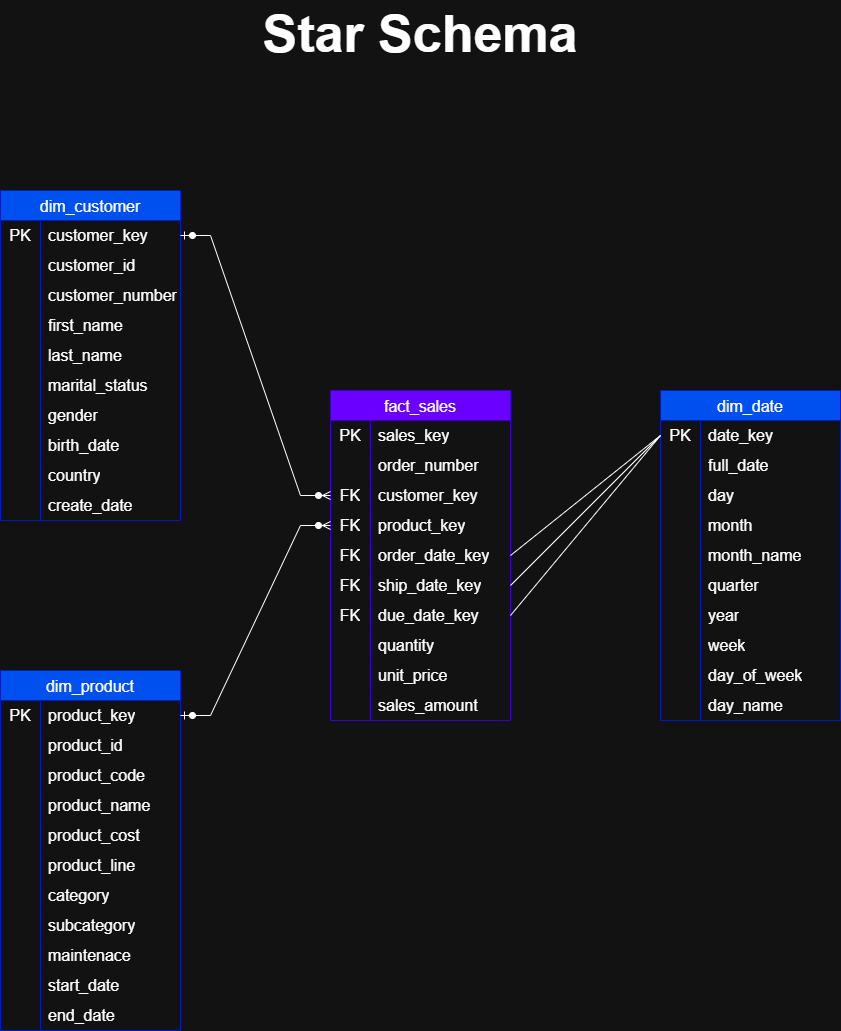
Tchangop-Gaby/data-warehouse-python keeps this draw.io diagram as docs/data-model/Star Schema.png. Above is the earlier version. Source tidied: cells renumbered, new cells last; positions are measured from the earlier drawing's top-left corner, leaving out a move shared by most shapes.
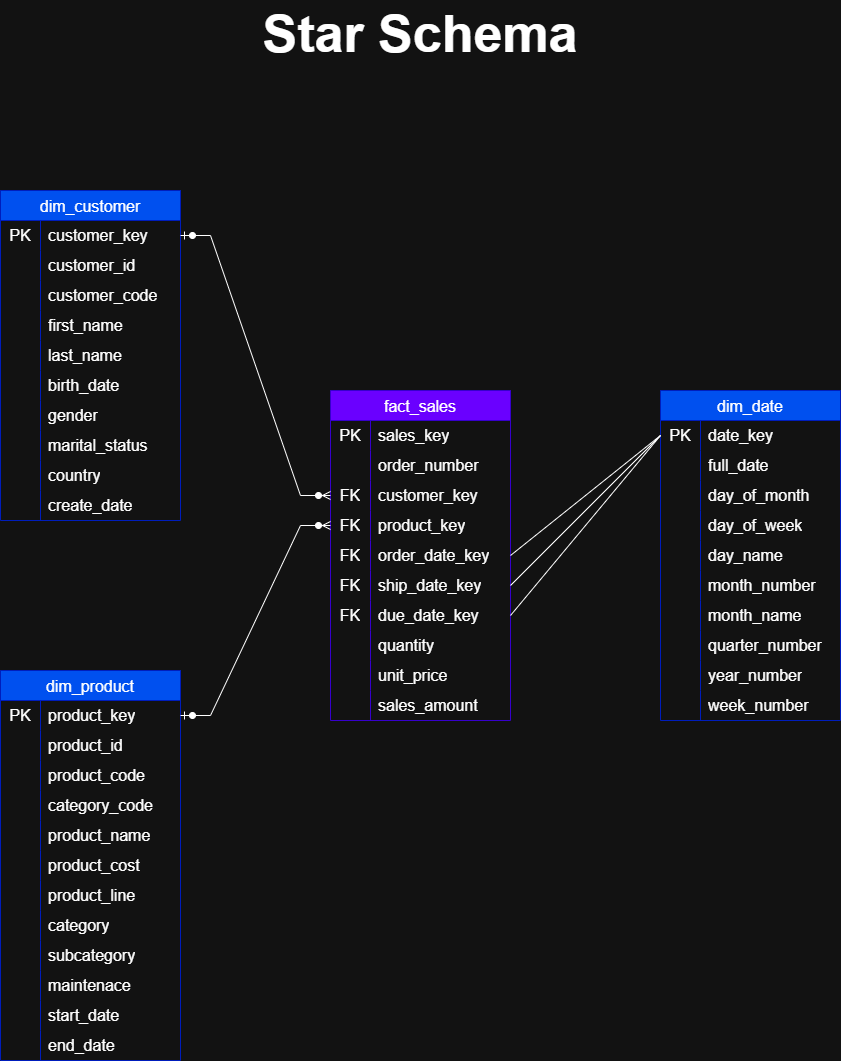
After the change.

Commit message:
modify the dim_customer and dim_date

What changed in the source:
```diff
@@ -29,7 +29,7 @@
     <mxCell id="10" style="shape=partialRectangle;html=1;whiteSpace=wrap;fillColor=none;top=0;left=0;bottom=0;right=0;overflow=hidden;strokeColor=inherit;fontSize=16;" parent="9" vertex="1">
       <mxGeometry width="40" height="30" as="geometry" />
     </mxCell>
-    <mxCell id="11" value="customer_number" style="shape=partialRectangle;html=1;whiteSpace=wrap;fillColor=none;top=0;left=0;bottom=0;right=0;align=left;spacingLeft=6;overflow=hidden;strokeColor=inherit;fontSize=16;" parent="9" vertex="1">
+    <mxCell id="11" value="customer_code" style="shape=partialRectangle;html=1;whiteSpace=wrap;fillColor=none;top=0;left=0;bottom=0;right=0;align=left;spacingLeft=6;overflow=hidden;strokeColor=inherit;fontSize=16;" parent="9" vertex="1">
       <mxGeometry x="40" width="140" height="30" as="geometry" />
     </mxCell>
     <mxCell id="12" style="shape=tableRow;horizontal=0;startSize=0;swimlaneHead=0;swimlaneBody=0;top=0;left=0;bottom=0;right=0;fillColor=none;strokeColor=inherit;fontSize=16;" parent="2" vertex="1">
@@ -56,7 +56,7 @@
     <mxCell id="19" style="shape=partialRectangle;html=1;whiteSpace=wrap;fillColor=none;top=0;left=0;bottom=0;right=0;overflow=hidden;strokeColor=inherit;fontSize=16;" parent="18" vertex="1">
       <mxGeometry width="40" height="30" as="geometry" />
     </mxCell>
-    <mxCell id="20" value="marital_status" style="shape=partialRectangle;html=1;whiteSpace=wrap;fillColor=none;top=0;left=0;bottom=0;right=0;align=left;spacingLeft=6;overflow=hidden;strokeColor=inherit;fontSize=16;" parent="18" vertex="1">
+    <mxCell id="20" value="birth_date" style="shape=partialRectangle;html=1;whiteSpace=wrap;fillColor=none;top=0;left=0;bottom=0;right=0;align=left;spacingLeft=6;overflow=hidden;strokeColor=inherit;fontSize=16;" parent="18" vertex="1">
       <mxGeometry x="40" width="140" height="30" as="geometry" />
     </mxCell>
     <mxCell id="21" style="shape=tableRow;horizontal=0;startSize=0;swimlaneHead=0;swimlaneBody=0;top=0;left=0;bottom=0;right=0;fillColor=none;strokeColor=inherit;fontSize=16;" parent="2" vertex="1">
@@ -74,7 +74,7 @@
     <mxCell id="25" style="shape=partialRectangle;html=1;whiteSpace=wrap;fillColor=none;top=0;left=0;bottom=0;right=0;overflow=hidden;strokeColor=inherit;fontSize=16;" parent="24" vertex="1">
       <mxGeometry width="40" height="30" as="geometry" />
     </mxCell>
-    <mxCell id="26" value="birth_date" style="shape=partialRectangle;html=1;whiteSpace=wrap;fillColor=none;top=0;left=0;bottom=0;right=0;align=left;spacingLeft=6;overflow=hidden;strokeColor=inherit;fontSize=16;" parent="24" vertex="1">
+    <mxCell id="26" value="marital_status" style="shape=partialRectangle;html=1;whiteSpace=wrap;fillColor=none;top=0;left=0;bottom=0;right=0;align=left;spacingLeft=6;overflow=hidden;strokeColor=inherit;fontSize=16;" parent="24" vertex="1">
       <mxGeometry x="40" width="140" height="30" as="geometry" />
     </mxCell>
     <mxCell id="27" style="shape=tableRow;horizontal=0;startSize=0;swimlaneHead=0;swimlaneBody=0;top=0;left=0;bottom=0;right=0;fillColor=none;strokeColor=inherit;fontSize=16;" parent="2" vertex="1">
@@ -96,7 +96,7 @@
       <mxGeometry x="40" width="140" height="30" as="geometry" />
     </mxCell>
     <mxCell id="33" value="dim_product" style="shape=table;startSize=30;rowLines=0;fontStyle=0;strokeColor=#001DBC;fontSize=16;fillColor=#0050ef;fontColor=#ffffff;" parent="1" vertex="1">
-      <mxGeometry y="670" width="180" height="360" as="geometry" />
+      <mxGeometry y="670" width="180" height="390" as="geometry" />
     </mxCell>
     <mxCell id="34" style="shape=tableRow;horizontal=0;startSize=0;swimlaneHead=0;swimlaneBody=0;top=0;left=0;bottom=0;right=0;fillColor=none;points=[[0,0.5],[1,0.5]];portConstraint=eastwest;strokeColor=inherit;fontSize=16;" parent="33" vertex="1">
       <mxGeometry y="30" width="180" height="30" as="geometry" />
@@ -125,8 +125,17 @@
     <mxCell id="42" value="product_code" style="shape=partialRectangle;html=1;whiteSpace=wrap;fillColor=none;top=0;left=0;bottom=0;right=0;align=left;spacingLeft=6;overflow=hidden;strokeColor=inherit;fontSize=16;" parent="40" vertex="1">
       <mxGeometry x="40" width="140" height="30" as="geometry" />
     </mxCell>
+    <mxCell id="135" style="shape=tableRow;horizontal=0;startSize=0;swimlaneHead=0;swimlaneBody=0;top=0;left=0;bottom=0;right=0;fillColor=none;strokeColor=inherit;fontSize=16;" parent="33" vertex="1">
+      <mxGeometry y="120" width="180" height="30" as="geometry" />
+    </mxCell>
+    <mxCell id="136" style="shape=partialRectangle;html=1;whiteSpace=wrap;fillColor=none;top=0;left=0;bottom=0;right=0;overflow=hidden;strokeColor=inherit;fontSize=16;" parent="135" vertex="1">
+      <mxGeometry width="40" height="30" as="geometry" />
+    </mxCell>
+    <mxCell id="137" value="category_code" style="shape=partialRectangle;html=1;whiteSpace=wrap;fillColor=none;top=0;left=0;bottom=0;right=0;align=left;spacingLeft=6;overflow=hidden;strokeColor=inherit;fontSize=16;" parent="135" vertex="1">
+      <mxGeometry x="40" width="140" height="30" as="geometry" />
+    </mxCell>
     <mxCell id="43" style="shape=tableRow;horizontal=0;startSize=0;swimlaneHead=0;swimlaneBody=0;top=0;left=0;bottom=0;right=0;fillColor=none;strokeColor=inherit;fontSize=16;" parent="33" vertex="1">
-      <mxGeometry y="120" width="180" height="30" as="geometry" />
+      <mxGeometry y="150" width="180" height="30" as="geometry" />
     </mxCell>
     <mxCell id="44" style="shape=partialRectangle;html=1;whiteSpace=wrap;fillColor=none;top=0;left=0;bottom=0;right=0;overflow=hidden;strokeColor=inherit;fontSize=16;" parent="43" vertex="1">
       <mxGeometry width="40" height="30" as="geometry" />
@@ -135,7 +144,7 @@
       <mxGeometry x="40" width="140" height="30" as="geometry" />
     </mxCell>
     <mxCell id="46" style="shape=tableRow;horizontal=0;startSize=0;swimlaneHead=0;swimlaneBody=0;top=0;left=0;bottom=0;right=0;fillColor=none;strokeColor=inherit;fontSize=16;" parent="33" vertex="1">
-      <mxGeometry y="150" width="180" height="30" as="geometry" />
+      <mxGeometry y="180" width="180" height="30" as="geometry" />
     </mxCell>
     <mxCell id="47" style="shape=partialRectangle;html=1;whiteSpace=wrap;fillColor=none;top=0;left=0;bottom=0;right=0;overflow=hidden;strokeColor=inherit;fontSize=16;" parent="46" vertex="1">
       <mxGeometry width="40" height="30" as="geometry" />
@@ -144,7 +153,7 @@
       <mxGeometry x="40" width="140" height="30" as="geometry" />
     </mxCell>
     <mxCell id="49" style="shape=tableRow;horizontal=0;startSize=0;swimlaneHead=0;swimlaneBody=0;top=0;left=0;bottom=0;right=0;fillColor=none;strokeColor=inherit;fontSize=16;" parent="33" vertex="1">
-      <mxGeometry y="180" width="180" height="30" as="geometry" />
+      <mxGeometry y="210" width="180" height="30" as="geometry" />
     </mxCell>
     <mxCell id="50" style="shape=partialRectangle;html=1;whiteSpace=wrap;fillColor=none;top=0;left=0;bottom=0;right=0;overflow=hidden;strokeColor=inherit;fontSize=16;" parent="49" vertex="1">
       <mxGeometry width="40" height="30" as="geometry" />
@@ -153,7 +162,7 @@
       <mxGeometry x="40" width="140" height="30" as="geometry" />
     </mxCell>
     <mxCell id="52" style="shape=tableRow;horizontal=0;startSize=0;swimlaneHead=0;swimlaneBody=0;top=0;left=0;bottom=0;right=0;fillColor=none;strokeColor=inherit;fontSize=16;" parent="33" vertex="1">
-      <mxGeometry y="210" width="180" height="30" as="geometry" />
+      <mxGeometry y="240" width="180" height="30" as="geometry" />
     </mxCell>
     <mxCell id="53" style="shape=partialRectangle;html=1;whiteSpace=wrap;fillColor=none;top=0;left=0;bottom=0;right=0;overflow=hidden;strokeColor=inherit;fontSize=16;" parent="52" vertex="1">
       <mxGeometry width="40" height="30" as="geometry" />
@@ -162,7 +171,7 @@
       <mxGeometry x="40" width="140" height="30" as="geometry" />
     </mxCell>
     <mxCell id="55" style="shape=tableRow;horizontal=0;startSize=0;swimlaneHead=0;swimlaneBody=0;top=0;left=0;bottom=0;right=0;fillColor=none;strokeColor=inherit;fontSize=16;" parent="33" vertex="1">
-      <mxGeometry y="240" width="180" height="30" as="geometry" />
+      <mxGeometry y="270" width="180" height="30" as="geometry" />
     </mxCell>
     <mxCell id="56" style="shape=partialRectangle;html=1;whiteSpace=wrap;fillColor=none;top=0;left=0;bottom=0;right=0;overflow=hidden;strokeColor=inherit;fontSize=16;" parent="55" vertex="1">
       <mxGeometry width="40" height="30" as="geometry" />
@@ -171,7 +180,7 @@
       <mxGeometry x="40" width="140" height="30" as="geometry" />
     </mxCell>
     <mxCell id="58" style="shape=tableRow;horizontal=0;startSize=0;swimlaneHead=0;swimlaneBody=0;top=0;left=0;bottom=0;right=0;fillColor=none;strokeColor=inherit;fontSize=16;" parent="33" vertex="1">
-      <mxGeometry y="270" width="180" height="30" as="geometry" />
+      <mxGeometry y="300" width="180" height="30" as="geometry" />
     </mxCell>
     <mxCell id="59" style="shape=partialRectangle;html=1;whiteSpace=wrap;fillColor=none;top=0;left=0;bottom=0;right=0;overflow=hidden;strokeColor=inherit;fontSize=16;" parent="58" vertex="1">
       <mxGeometry width="40" height="30" as="geometry" />
@@ -180,7 +189,7 @@
       <mxGeometry x="40" width="140" height="30" as="geometry" />
     </mxCell>
     <mxCell id="61" style="shape=tableRow;horizontal=0;startSize=0;swimlaneHead=0;swimlaneBody=0;top=0;left=0;bottom=0;right=0;fillColor=none;strokeColor=inherit;fontSize=16;" parent="33" vertex="1">
-      <mxGeometry y="300" width="180" height="30" as="geometry" />
+      <mxGeometry y="330" width="180" height="30" as="geometry" />
     </mxCell>
     <mxCell id="62" style="shape=partialRectangle;html=1;whiteSpace=wrap;fillColor=none;top=0;left=0;bottom=0;right=0;overflow=hidden;strokeColor=inherit;fontSize=16;" parent="61" vertex="1">
       <mxGeometry width="40" height="30" as="geometry" />
@@ -189,7 +198,7 @@
       <mxGeometry x="40" width="140" height="30" as="geometry" />
     </mxCell>
     <mxCell id="64" style="shape=tableRow;horizontal=0;startSize=0;swimlaneHead=0;swimlaneBody=0;top=0;left=0;bottom=0;right=0;fillColor=none;strokeColor=inherit;fontSize=16;" parent="33" vertex="1">
-      <mxGeometry y="330" width="180" height="30" as="geometry" />
+      <mxGeometry y="360" width="180" height="30" as="geometry" />
     </mxCell>
     <mxCell id="65" style="shape=partialRectangle;html=1;whiteSpace=wrap;fillColor=none;top=0;left=0;bottom=0;right=0;overflow=hidden;strokeColor=inherit;fontSize=16;" parent="64" vertex="1">
       <mxGeometry width="40" height="30" as="geometry" />
@@ -224,7 +233,7 @@
     <mxCell id="75" style="shape=partialRectangle;html=1;whiteSpace=wrap;fillColor=none;top=0;left=0;bottom=0;right=0;overflow=hidden;strokeColor=inherit;fontSize=16;" parent="74" vertex="1">
       <mxGeometry width="40" height="30" as="geometry" />
     </mxCell>
-    <mxCell id="76" value="day" style="shape=partialRectangle;html=1;whiteSpace=wrap;fillColor=none;top=0;left=0;bottom=0;right=0;align=left;spacingLeft=6;overflow=hidden;strokeColor=inherit;fontSize=16;" parent="74" vertex="1">
+    <mxCell id="76" value="day_of_month" style="shape=partialRectangle;html=1;whiteSpace=wrap;fillColor=none;top=0;left=0;bottom=0;right=0;align=left;spacingLeft=6;overflow=hidden;strokeColor=inherit;fontSize=16;" parent="74" vertex="1">
       <mxGeometry x="40" width="140" height="30" as="geometry" />
     </mxCell>
     <mxCell id="77" style="shape=tableRow;horizontal=0;startSize=0;swimlaneHead=0;swimlaneBody=0;top=0;left=0;bottom=0;right=0;fillColor=none;strokeColor=inherit;fontSize=16;" parent="67" vertex="1">
@@ -233,7 +242,7 @@
     <mxCell id="78" style="shape=partialRectangle;html=1;whiteSpace=wrap;fillColor=none;top=0;left=0;bottom=0;right=0;overflow=hidden;strokeColor=inherit;fontSize=16;" parent="77" vertex="1">
       <mxGeometry width="40" height="30" as="geometry" />
     </mxCell>
-    <mxCell id="79" value="month" style="shape=partialRectangle;html=1;whiteSpace=wrap;fillColor=none;top=0;left=0;bottom=0;right=0;align=left;spacingLeft=6;overflow=hidden;strokeColor=inherit;fontSize=16;" parent="77" vertex="1">
+    <mxCell id="79" value="day_of_week" style="shape=partialRectangle;html=1;whiteSpace=wrap;fillColor=none;top=0;left=0;bottom=0;right=0;align=left;spacingLeft=6;overflow=hidden;strokeColor=inherit;fontSize=16;" parent="77" vertex="1">
       <mxGeometry x="40" width="140" height="30" as="geometry" />
     </mxCell>
     <mxCell id="80" style="shape=tableRow;horizontal=0;startSize=0;swimlaneHead=0;swimlaneBody=0;top=0;left=0;bottom=0;right=0;fillColor=none;strokeColor=inherit;fontSize=16;" parent="67" vertex="1">
@@ -242,7 +251,7 @@
     <mxCell id="81" style="shape=partialRectangle;html=1;whiteSpace=wrap;fillColor=none;top=0;left=0;bottom=0;right=0;overflow=hidden;strokeColor=inherit;fontSize=16;" parent="80" vertex="1">
       <mxGeometry width="40" height="30" as="geometry" />
     </mxCell>
-    <mxCell id="82" value="month_name" style="shape=partialRectangle;html=1;whiteSpace=wrap;fillColor=none;top=0;left=0;bottom=0;right=0;align=left;spacingLeft=6;overflow=hidden;strokeColor=inherit;fontSize=16;" parent="80" vertex="1">
+    <mxCell id="82" value="day_name" style="shape=partialRectangle;html=1;whiteSpace=wrap;fillColor=none;top=0;left=0;bottom=0;right=0;align=left;spacingLeft=6;overflow=hidden;strokeColor=inherit;fontSize=16;" parent="80" vertex="1">
       <mxGeometry x="40" width="140" height="30" as="geometry" />
     </mxCell>
     <mxCell id="83" style="shape=tableRow;horizontal=0;startSize=0;swimlaneHead=0;swimlaneBody=0;top=0;left=0;bottom=0;right=0;fillColor=none;strokeColor=inherit;fontSize=16;" parent="67" vertex="1">
@@ -251,7 +260,7 @@
     <mxCell id="84" style="shape=partialRectangle;html=1;whiteSpace=wrap;fillColor=none;top=0;left=0;bottom=0;right=0;overflow=hidden;strokeColor=inherit;fontSize=16;" parent="83" vertex="1">
       <mxGeometry width="40" height="30" as="geometry" />
     </mxCell>
-    <mxCell id="85" value="quarter" style="shape=partialRectangle;html=1;whiteSpace=wrap;fillColor=none;top=0;left=0;bottom=0;right=0;align=left;spacingLeft=6;overflow=hidden;strokeColor=inherit;fontSize=16;" parent="83" vertex="1">
+    <mxCell id="85" value="month_number" style="shape=partialRectangle;html=1;whiteSpace=wrap;fillColor=none;top=0;left=0;bottom=0;right=0;align=left;spacingLeft=6;overflow=hidden;strokeColor=inherit;fontSize=16;" parent="83" vertex="1">
       <mxGeometry x="40" width="140" height="30" as="geometry" />
     </mxCell>
     <mxCell id="86" style="shape=tableRow;horizontal=0;startSize=0;swimlaneHead=0;swimlaneBody=0;top=0;left=0;bottom=0;right=0;fillColor=none;strokeColor=inherit;fontSize=16;" parent="67" vertex="1">
@@ -260,7 +269,7 @@
     <mxCell id="87" style="shape=partialRectangle;html=1;whiteSpace=wrap;fillColor=none;top=0;left=0;bottom=0;right=0;overflow=hidden;strokeColor=inherit;fontSize=16;" parent="86" vertex="1">
       <mxGeometry width="40" height="30" as="geometry" />
     </mxCell>
-    <mxCell id="88" value="year" style="shape=partialRectangle;html=1;whiteSpace=wrap;fillColor=none;top=0;left=0;bottom=0;right=0;align=left;spacingLeft=6;overflow=hidden;strokeColor=inherit;fontSize=16;" parent="86" vertex="1">
+    <mxCell id="88" value="month_name" style="shape=partialRectangle;html=1;whiteSpace=wrap;fillColor=none;top=0;left=0;bottom=0;right=0;align=left;spacingLeft=6;overflow=hidden;strokeColor=inherit;fontSize=16;" parent="86" vertex="1">
       <mxGeometry x="40" width="140" height="30" as="geometry" />
     </mxCell>
     <mxCell id="89" style="shape=tableRow;horizontal=0;startSize=0;swimlaneHead=0;swimlaneBody=0;top=0;left=0;bottom=0;right=0;fillColor=none;strokeColor=inherit;fontSize=16;" parent="67" vertex="1">
@@ -269,7 +278,7 @@
     <mxCell id="90" style="shape=partialRectangle;html=1;whiteSpace=wrap;fillColor=none;top=0;left=0;bottom=0;right=0;overflow=hidden;strokeColor=inherit;fontSize=16;" parent="89" vertex="1">
       <mxGeometry width="40" height="30" as="geometry" />
     </mxCell>
-    <mxCell id="91" value="week" style="shape=partialRectangle;html=1;whiteSpace=wrap;fillColor=none;top=0;left=0;bottom=0;right=0;align=left;spacingLeft=6;overflow=hidden;strokeColor=inherit;fontSize=16;" parent="89" vertex="1">
+    <mxCell id="91" value="quarter_number" style="shape=partialRectangle;html=1;whiteSpace=wrap;fillColor=none;top=0;left=0;bottom=0;right=0;align=left;spacingLeft=6;overflow=hidden;strokeColor=inherit;fontSize=16;" parent="89" vertex="1">
       <mxGeometry x="40" width="140" height="30" as="geometry" />
     </mxCell>
     <mxCell id="92" style="shape=tableRow;horizontal=0;startSize=0;swimlaneHead=0;swimlaneBody=0;top=0;left=0;bottom=0;right=0;fillColor=none;strokeColor=inherit;fontSize=16;" parent="67" vertex="1">
@@ -278,7 +287,7 @@
     <mxCell id="93" style="shape=partialRectangle;html=1;whiteSpace=wrap;fillColor=none;top=0;left=0;bottom=0;right=0;overflow=hidden;strokeColor=inherit;fontSize=16;" parent="92" vertex="1">
       <mxGeometry width="40" height="30" as="geometry" />
     </mxCell>
-    <mxCell id="94" value="day_of_week" style="shape=partialRectangle;html=1;whiteSpace=wrap;fillColor=none;top=0;left=0;bottom=0;right=0;align=left;spacingLeft=6;overflow=hidden;strokeColor=inherit;fontSize=16;" parent="92" vertex="1">
+    <mxCell id="94" value="year_number" style="shape=partialRectangle;html=1;whiteSpace=wrap;fillColor=none;top=0;left=0;bottom=0;right=0;align=left;spacingLeft=6;overflow=hidden;strokeColor=inherit;fontSize=16;" parent="92" vertex="1">
       <mxGeometry x="40" width="140" height="30" as="geometry" />
     </mxCell>
     <mxCell id="95" style="shape=tableRow;horizontal=0;startSize=0;swimlaneHead=0;swimlaneBody=0;top=0;left=0;bottom=0;right=0;fillColor=none;strokeColor=inherit;fontSize=16;" parent="67" vertex="1">
@@ -287,7 +296,7 @@
     <mxCell id="96" style="shape=partialRectangle;html=1;whiteSpace=wrap;fillColor=none;top=0;left=0;bottom=0;right=0;overflow=hidden;strokeColor=inherit;fontSize=16;" parent="95" vertex="1">
       <mxGeometry width="40" height="30" as="geometry" />
     </mxCell>
-    <mxCell id="97" value="day_name" style="shape=partialRectangle;html=1;whiteSpace=wrap;fillColor=none;top=0;left=0;bottom=0;right=0;align=left;spacingLeft=6;overflow=hidden;strokeColor=inherit;fontSize=16;" parent="95" vertex="1">
+    <mxCell id="97" value="week_number" style="shape=partialRectangle;html=1;whiteSpace=wrap;fillColor=none;top=0;left=0;bottom=0;right=0;align=left;spacingLeft=6;overflow=hidden;strokeColor=inherit;fontSize=16;" parent="95" vertex="1">
       <mxGeometry x="40" width="140" height="30" as="geometry" />
     </mxCell>
     <mxCell id="98" value="fact_sales" style="shape=table;startSize=30;rowLines=0;fontStyle=0;strokeColor=#3700CC;fontSize=16;fillColor=#6a00ff;fontColor=#ffffff;" parent="1" vertex="1">
```
